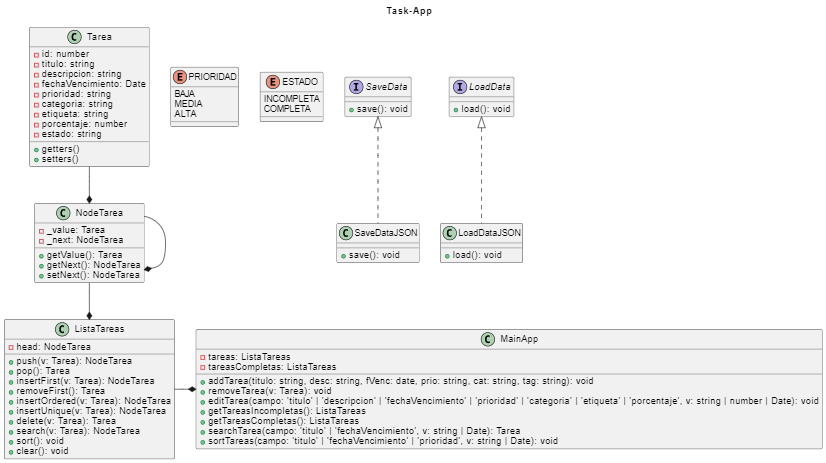
Before: docs/diagramaDeClases.png, a diagram exported from PlantUML (marketitos/TP-Task_Grupo7). Its source is kept beside it as docs/diagramaDeClases.puml. The source it was exported from:
```plantuml
@startuml TPTaskDiagrama

title Task-App

class Tarea {
    - id: number
    - titulo: string
    - descripcion: string
    - fechaVencimiento: Date
    - prioridad: string
    - categoria: string
    - etiqueta: string
    - porcentaje: number
    - estado: string

    + getters()
    + setters()
}

enum PRIORIDAD {
    BAJA
    MEDIA
    ALTA
}

enum ESTADO {
    INCOMPLETA
    COMPLETA
}

class NodeTarea {
    - _value: Tarea
    - _next: NodeTarea

    + getValue(): Tarea
    + getNext(): NodeTarea
    + setNext(): NodeTarea
}

class ListaTareas {
    - head: NodeTarea

    + push(v: Tarea): NodeTarea
    + pop(): Tarea
    + insertFirst(v: Tarea): NodeTarea
    + removeFirst(): Tarea
    + insertOrdered(v: Tarea): NodeTarea
    + insertUnique(v: Tarea): NodeTarea
    + delete(v: Tarea): Tarea
    + search(v: Tarea): NodeTarea
    + sort(): void
    + clear(): void

}

class MainApp {
    - tareas: ListaTareas
    - tareasCompletas: ListaTareas

    + addTarea(titulo: string, desc: string, fVenc: date, prio: string, cat: string, tag: string): void
    + removeTarea(v: Tarea): void
    + editTarea(campo: 'titulo' | 'descripcion' | 'fechaVencimiento' | 'prioridad' | 'categoria' | 'etiqueta' | 'porcentaje', v: string | number | Date): void
    + getTareasIncompletas(): ListaTareas
    + getTareasCompletas(): ListaTareas
    + searchTarea(campo: 'titulo' | 'fechaVencimiento', v: string | Date): Tarea
    + sortTareas(campo: 'titulo' | 'fechaVencimiento' | 'prioridad', v: string | Date): void
}

interface SaveData {
    + save(): void
}

class SaveDataJSON implements SaveData {
    + save(): void
}

interface LoadData {
    + load(): void
}

class LoadDataJSON implements LoadData {
    + load(): void
}

Tarea --* NodeTarea
NodeTarea --* ListaTareas
NodeTarea --* NodeTarea
ListaTareas -r-* MainApp

@enduml
```
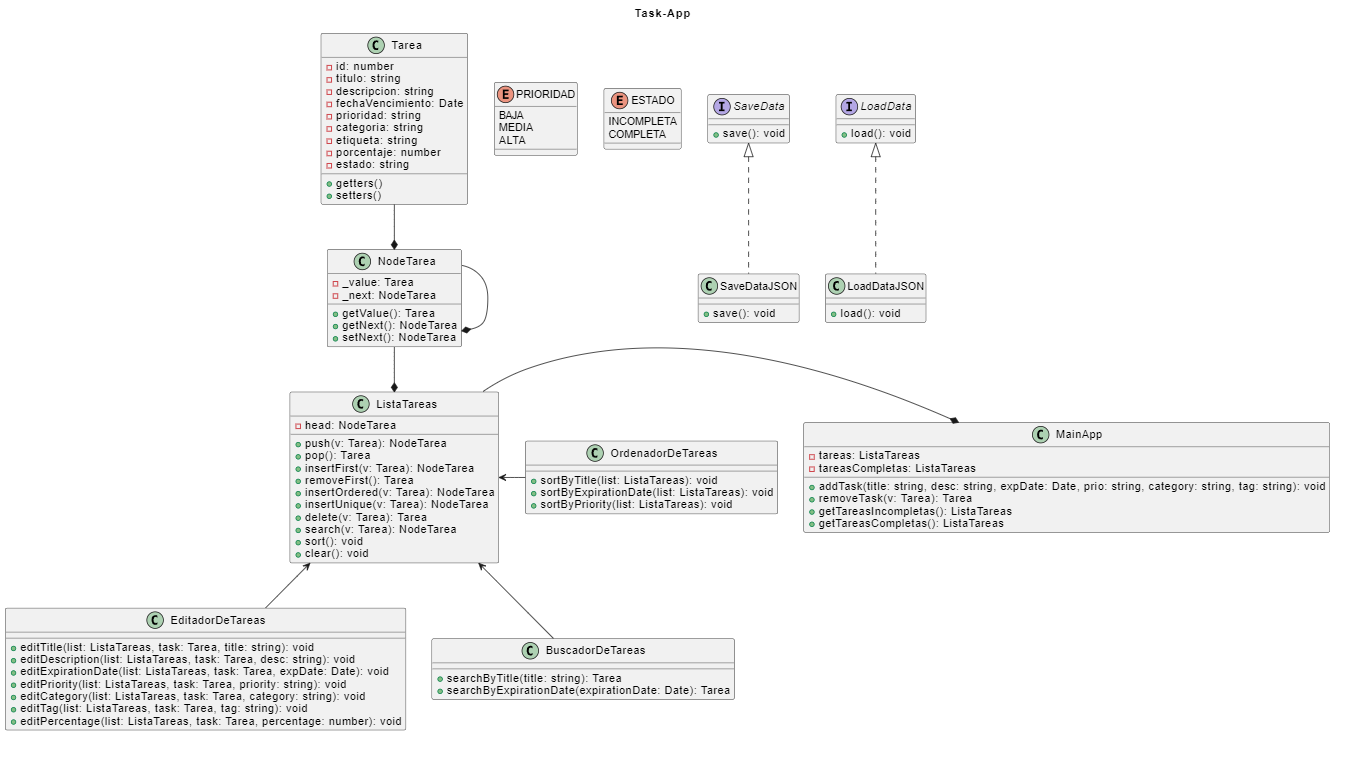
The same diagram one commit later.

Commit message:
Diagrama de clases v2

Algunos ajustes para que las clases tengan menos responsabilidades.

The edit, as a diff of the source:
```diff
@@ -50,20 +50,37 @@
     + search(v: Tarea): NodeTarea
     + sort(): void
     + clear(): void
-
 }
 
 class MainApp {
     - tareas: ListaTareas
     - tareasCompletas: ListaTareas
 
-    + addTarea(titulo: string, desc: string, fVenc: date, prio: string, cat: string, tag: string): void
-    + removeTarea(v: Tarea): void
-    + editTarea(campo: 'titulo' | 'descripcion' | 'fechaVencimiento' | 'prioridad' | 'categoria' | 'etiqueta' | 'porcentaje', v: string | number | Date): void
+    + addTask(title: string, desc: string, expDate: Date, prio: string, category: string, tag: string): void
+    + removeTask(v: Tarea): Tarea
     + getTareasIncompletas(): ListaTareas
     + getTareasCompletas(): ListaTareas
-    + searchTarea(campo: 'titulo' | 'fechaVencimiento', v: string | Date): Tarea
-    + sortTareas(campo: 'titulo' | 'fechaVencimiento' | 'prioridad', v: string | Date): void
+}
+
+class EditadorDeTareas {
+    + editTitle(list: ListaTareas, task: Tarea, title: string): void
+    + editDescription(list: ListaTareas, task: Tarea, desc: string): void
+    + editExpirationDate(list: ListaTareas, task: Tarea, expDate: Date): void
+    + editPriority(list: ListaTareas, task: Tarea, priority: string): void
+    + editCategory(list: ListaTareas, task: Tarea, category: string): void
+    + editTag(list: ListaTareas, task: Tarea, tag: string): void
+    + editPercentage(list: ListaTareas, task: Tarea, percentage: number): void
+}
+
+class BuscadorDeTareas {
+    + searchByTitle(title: string): Tarea
+    + searchByExpirationDate(expirationDate: Date): Tarea
+}
+
+class OrdenadorDeTareas {
+    + sortByTitle(list: ListaTareas): void
+    + sortByExpirationDate(list: ListaTareas): void
+    + sortByPriority(list: ListaTareas): void
 }
 
 interface SaveData {
@@ -83,8 +100,12 @@
 }
 
 Tarea --* NodeTarea
+NodeTarea --* NodeTarea
 NodeTarea --* ListaTareas
-NodeTarea --* NodeTarea
 ListaTareas -r-* MainApp
+EditadorDeTareas -u-> ListaTareas
+BuscadorDeTareas -u-> ListaTareas
+OrdenadorDeTareas -l-> ListaTareas
+
 
 @enduml
```
